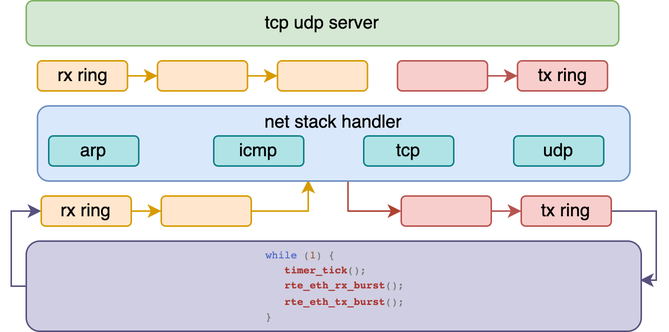
Before: images/net-server-arch.png, a diagram exported from draw.io (jemmy512/dpdk). Source tidied: cells renumbered, new cells last; positions are measured from the earlier drawing's top-left corner, leaving out a move shared by most shapes.
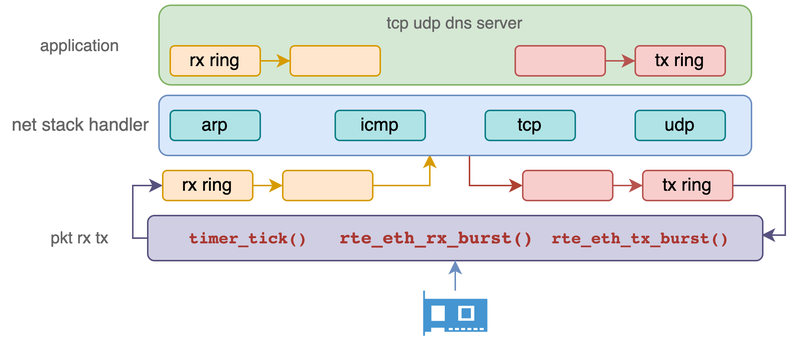
Later version of the same file.

The edit, as a diff of the source:
```diff
@@ -2,10 +2,13 @@
   <root>
     <mxCell id="0" />
     <mxCell id="1" parent="0" />
+    <mxCell id="24" style="rounded=1;whiteSpace=wrap;html=1;labelBackgroundColor=none;fontSize=12;fillColor=#d5e8d4;strokeColor=#82b366;gradientColor=none;" parent="1" vertex="1">
+      <mxGeometry x="17.5" y="20" width="395" height="53" as="geometry" />
+    </mxCell>
     <mxCell id="2" style="edgeStyle=orthogonalEdgeStyle;rounded=0;jettySize=auto;html=1;entryX=0;entryY=0.5;entryDx=0;entryDy=0;fontSize=12;fillColor=#d0cee2;strokeColor=#56517e;exitX=0;exitY=0.5;exitDx=0;exitDy=0;" parent="1" edge="1" source="4" target="7">
       <mxGeometry relative="1" as="geometry">
         <Array as="points">
-          <mxPoint y="190" />
+          <mxPoint y="175" />
           <mxPoint y="140" />
         </Array>
       </mxGeometry>
@@ -13,17 +16,14 @@
     <mxCell id="3" style="edgeStyle=orthogonalEdgeStyle;rounded=0;jettySize=auto;html=1;entryX=1;entryY=0.5;entryDx=0;entryDy=0;fontSize=12;fillColor=#d0cee2;strokeColor=#56517e;startArrow=classic;startFill=1;endArrow=none;endFill=0;exitX=0.998;exitY=0.433;exitDx=0;exitDy=0;exitPerimeter=0;" parent="1" edge="1" source="4" target="12">
       <mxGeometry relative="1" as="geometry">
         <Array as="points">
-          <mxPoint x="430" y="186" />
-          <mxPoint x="430" y="140" />
+          <mxPoint x="435" y="173" />
+          <mxPoint x="435" y="140" />
         </Array>
       </mxGeometry>
     </mxCell>
     <mxCell id="4" style="rounded=1;whiteSpace=wrap;html=1;fillColor=#d0cee2;strokeColor=#56517e;" parent="1" vertex="1">
-      <mxGeometry x="10" y="160" width="410" height="60" as="geometry" />
+      <mxGeometry x="10" y="160" width="410" height="30" as="geometry" />
     </mxCell>
-    <mxCell id="5" value="&lt;div style=&quot;font-family: &amp;#34;courier&amp;#34; , &amp;#34;menlo&amp;#34; , &amp;#34;monaco&amp;#34; , &amp;#34;courier new&amp;#34; , monospace ; line-height: 1.45 ; font-size: 7px&quot;&gt;&lt;div style=&quot;color: rgb(51 , 51 , 51)&quot;&gt;&lt;span style=&quot;color: rgb(75 , 105 , 198)&quot;&gt;while&lt;/span&gt; &lt;span style=&quot;color: rgb(119 , 119 , 119)&quot;&gt;(&lt;/span&gt;&lt;span style=&quot;color: rgb(156 , 93 , 39)&quot;&gt;1&lt;/span&gt;&lt;span style=&quot;color: rgb(119 , 119 , 119)&quot;&gt;)&lt;/span&gt; &lt;span style=&quot;color: rgb(119 , 119 , 119)&quot;&gt;{&lt;/span&gt;&lt;/div&gt;&lt;div style=&quot;color: rgb(51 , 51 , 51)&quot;&gt;&lt;span style=&quot;color: #aa3731 ; font-weight: bold&quot;&gt;&amp;nbsp; &amp;nbsp;timer_tick&lt;/span&gt;&lt;span style=&quot;color: #777777&quot;&gt;();&lt;/span&gt;&lt;/div&gt;&lt;div&gt;&lt;span&gt;&lt;font color=&quot;#777777&quot; style=&quot;font-size: 7px&quot;&gt;&amp;nbsp; &amp;nbsp;&lt;/font&gt;&lt;/span&gt;&lt;span style=&quot;color: rgb(170 , 55 , 49) ; font-weight: bold&quot;&gt;rte_eth_rx_burst&lt;/span&gt;&lt;span style=&quot;color: rgb(119 , 119 , 119)&quot;&gt;();&lt;/span&gt;&lt;/div&gt;&lt;div style=&quot;color: rgb(51 , 51 , 51)&quot;&gt;    &lt;span style=&quot;color: #aa3731 ; font-weight: bold&quot;&gt;&amp;nbsp; &amp;nbsp;rte_eth_tx_burst&lt;/span&gt;&lt;span style=&quot;color: #777777&quot;&gt;();&lt;br&gt;&lt;/span&gt;&lt;span style=&quot;color: rgb(119 , 119 , 119)&quot;&gt;}&lt;/span&gt;&lt;/div&gt;&lt;/div&gt;" style="text;html=1;strokeColor=none;fillColor=none;align=left;verticalAlign=middle;whiteSpace=wrap;rounded=0;" parent="1" vertex="1">
-      <mxGeometry x="167.5" y="160" width="147.5" height="60" as="geometry" />
-    </mxCell>
     <mxCell id="6" style="edgeStyle=orthogonalEdgeStyle;rounded=0;jettySize=auto;html=1;entryX=0;entryY=0.5;entryDx=0;entryDy=0;fontSize=12;fillColor=#ffe6cc;strokeColor=#d79b00;" parent="1" edge="1" source="7" target="9">
       <mxGeometry relative="1" as="geometry" />
     </mxCell>
@@ -54,7 +54,7 @@
       <mxGeometry relative="1" as="geometry" />
     </mxCell>
     <mxCell id="14" style="rounded=1;whiteSpace=wrap;html=1;labelBackgroundColor=none;fontSize=12;fillColor=#dae8fc;strokeColor=#6c8ebf;" parent="1" vertex="1">
-      <mxGeometry x="17.5" y="70" width="395" height="50" as="geometry" />
+      <mxGeometry x="17.5" y="80" width="395" height="40" as="geometry" />
     </mxCell>
     <mxCell id="15" value="arp" style="rounded=1;whiteSpace=wrap;html=1;labelBackgroundColor=none;fontSize=12;fillColor=#b0e3e6;strokeColor=#0e8088;" parent="1" vertex="1">
       <mxGeometry x="25" y="90" width="60" height="20" as="geometry" />
@@ -63,29 +63,20 @@
       <mxGeometry relative="1" as="geometry" />
     </mxCell>
     <mxCell id="17" value="rx ring" style="rounded=1;whiteSpace=wrap;html=1;labelBackgroundColor=none;fontSize=12;fillColor=#ffe6cc;strokeColor=#d79b00;" parent="1" vertex="1">
-      <mxGeometry x="17.5" y="40" width="60" height="20" as="geometry" />
+      <mxGeometry x="25" y="47" width="60" height="20" as="geometry" />
     </mxCell>
-    <mxCell id="18" style="edgeStyle=orthogonalEdgeStyle;rounded=0;jettySize=auto;html=1;fontSize=12;fillColor=#ffe6cc;strokeColor=#d79b00;" parent="1" edge="1" source="19" target="20">
-      <mxGeometry relative="1" as="geometry" />
-    </mxCell>
     <mxCell id="19" style="rounded=1;whiteSpace=wrap;html=1;labelBackgroundColor=none;fontSize=12;fillColor=#ffe6cc;strokeColor=#d79b00;" parent="1" vertex="1">
-      <mxGeometry x="97.5" y="40" width="60" height="20" as="geometry" />
+      <mxGeometry x="105" y="47" width="60" height="20" as="geometry" />
     </mxCell>
-    <mxCell id="20" style="rounded=1;whiteSpace=wrap;html=1;labelBackgroundColor=none;fontSize=12;fillColor=#ffe6cc;strokeColor=#d79b00;" parent="1" vertex="1">
-      <mxGeometry x="177.5" y="40" width="60" height="20" as="geometry" />
-    </mxCell>
     <mxCell id="21" style="edgeStyle=orthogonalEdgeStyle;rounded=0;jettySize=auto;html=1;fillColor=#f8cecc;strokeColor=#b85450;" parent="1" edge="1" source="22" target="23">
       <mxGeometry relative="1" as="geometry" />
     </mxCell>
     <mxCell id="22" style="rounded=1;whiteSpace=wrap;html=1;labelBackgroundColor=none;fontSize=12;fillColor=#f8cecc;strokeColor=#b85450;" parent="1" vertex="1">
-      <mxGeometry x="257.5" y="40" width="60" height="20" as="geometry" />
+      <mxGeometry x="255" y="47" width="60" height="20" as="geometry" />
     </mxCell>
     <mxCell id="23" value="tx ring" style="rounded=1;whiteSpace=wrap;html=1;labelBackgroundColor=none;fontSize=12;fillColor=#f8cecc;strokeColor=#b85450;" parent="1" vertex="1">
-      <mxGeometry x="337.5" y="40" width="60" height="20" as="geometry" />
+      <mxGeometry x="335" y="47" width="60" height="20" as="geometry" />
     </mxCell>
-    <mxCell id="24" value="tcp udp server" style="rounded=1;whiteSpace=wrap;html=1;labelBackgroundColor=none;fontSize=12;fillColor=#d5e8d4;strokeColor=#82b366;gradientColor=none;" parent="1" vertex="1">
-      <mxGeometry x="10" width="395" height="30" as="geometry" />
-    </mxCell>
     <mxCell id="25" value="icmp" style="rounded=1;whiteSpace=wrap;html=1;labelBackgroundColor=none;fontSize=12;fillColor=#b0e3e6;strokeColor=#0e8088;" parent="1" vertex="1">
       <mxGeometry x="135" y="90" width="60" height="20" as="geometry" />
     </mxCell>
@@ -95,8 +86,32 @@
     <mxCell id="27" value="udp" style="rounded=1;whiteSpace=wrap;html=1;labelBackgroundColor=none;fontSize=12;fillColor=#b0e3e6;strokeColor=#0e8088;" parent="1" vertex="1">
       <mxGeometry x="335" y="90" width="60" height="20" as="geometry" />
     </mxCell>
-    <mxCell id="28" value="net stack handler" style="text;html=1;strokeColor=none;fillColor=none;align=center;verticalAlign=middle;whiteSpace=wrap;rounded=0;labelBackgroundColor=none;fontSize=12;" parent="1" vertex="1">
-      <mxGeometry x="155" y="66" width="120" height="30" as="geometry" />
+    <mxCell id="28" value="&lt;font color=&quot;#656565&quot;&gt;net stack handler&lt;/font&gt;" style="text;html=1;strokeColor=none;fillColor=none;align=center;verticalAlign=middle;whiteSpace=wrap;rounded=0;labelBackgroundColor=none;fontSize=12;" parent="1" vertex="1">
+      <mxGeometry x="-87.5" y="85" width="105" height="30" as="geometry" />
     </mxCell>
+    <mxCell id="29" value="&lt;span style=&quot;color: rgb(170, 55, 49); font-family: courier, menlo, monaco, &amp;quot;courier new&amp;quot;, monospace; font-size: 11px; font-weight: 700; text-align: left;&quot;&gt;timer_tick()&lt;/span&gt;" style="text;html=1;strokeColor=none;fillColor=none;align=center;verticalAlign=middle;whiteSpace=wrap;rounded=0;fontSize=11;" parent="1" vertex="1">
+      <mxGeometry x="35" y="170" width="85" height="10" as="geometry" />
+    </mxCell>
+    <mxCell id="30" value="&lt;span style=&quot;color: rgb(170, 55, 49); font-family: courier, menlo, monaco, &amp;quot;courier new&amp;quot;, monospace; font-size: 12px; font-weight: 700; text-align: left;&quot;&gt;rte_eth_rx_burst()&lt;br style=&quot;font-size: 12px;&quot;&gt;&lt;/span&gt;" style="text;html=1;strokeColor=none;fillColor=none;align=center;verticalAlign=middle;whiteSpace=wrap;rounded=0;fontSize=12;" parent="1" vertex="1">
+      <mxGeometry x="177.5" y="170" width="50" height="10" as="geometry" />
+    </mxCell>
+    <mxCell id="31" value="&lt;span style=&quot;color: rgb(170, 55, 49); font-family: courier, menlo, monaco, &amp;quot;courier new&amp;quot;, monospace; font-size: 11px; font-weight: 700; text-align: left;&quot;&gt;rte_eth_tx_burst()&lt;br style=&quot;font-size: 11px;&quot;&gt;&lt;/span&gt;" style="text;html=1;strokeColor=none;fillColor=none;align=center;verticalAlign=middle;whiteSpace=wrap;rounded=0;fontSize=11;" parent="1" vertex="1">
+      <mxGeometry x="265" y="170" width="147.5" height="10" as="geometry" />
+    </mxCell>
+    <mxCell id="32" style="edgeStyle=orthogonalEdgeStyle;rounded=0;jettySize=auto;html=1;entryX=0.5;entryY=1;entryDx=0;entryDy=0;fontSize=11;fillColor=#dae8fc;strokeColor=#6c8ebf;gradientColor=#7ea6e0;" parent="1" edge="1" source="33" target="4">
+      <mxGeometry relative="1" as="geometry" />
+    </mxCell>
+    <mxCell id="33" style="shadow=0;dashed=0;html=1;strokeColor=none;fillColor=#4495D1;labelPosition=center;verticalLabelPosition=bottom;verticalAlign=top;align=center;outlineConnect=0;shape=mxgraph.veeam.2d.network_card;fontSize=11;gradientColor=none;" parent="1" vertex="1">
+      <mxGeometry x="193.6" y="210" width="42.8" height="30" as="geometry" />
+    </mxCell>
+    <mxCell id="34" value="&lt;font color=&quot;#656565&quot;&gt;pkt rx tx&lt;/font&gt;" style="text;html=1;strokeColor=none;fillColor=none;align=center;verticalAlign=middle;whiteSpace=wrap;rounded=0;fontSize=11;" parent="1" vertex="1">
+      <mxGeometry x="-65" y="160" width="60" height="30" as="geometry" />
+    </mxCell>
+    <mxCell id="35" value="application" style="text;html=1;strokeColor=none;fillColor=none;align=center;verticalAlign=middle;whiteSpace=wrap;rounded=0;fontSize=11;fontColor=#656565;" parent="1" vertex="1">
+      <mxGeometry x="-65" y="31.5" width="60" height="30" as="geometry" />
+    </mxCell>
+    <mxCell id="36" value="tcp udp dns server" style="text;html=1;strokeColor=none;fillColor=none;align=center;verticalAlign=middle;whiteSpace=wrap;rounded=0;fontSize=11;fontColor=#656565;" parent="1" vertex="1">
+      <mxGeometry x="146.2" y="17" width="137.5" height="30" as="geometry" />
+    </mxCell>
   </root>
 </mxGraphModel>
```
